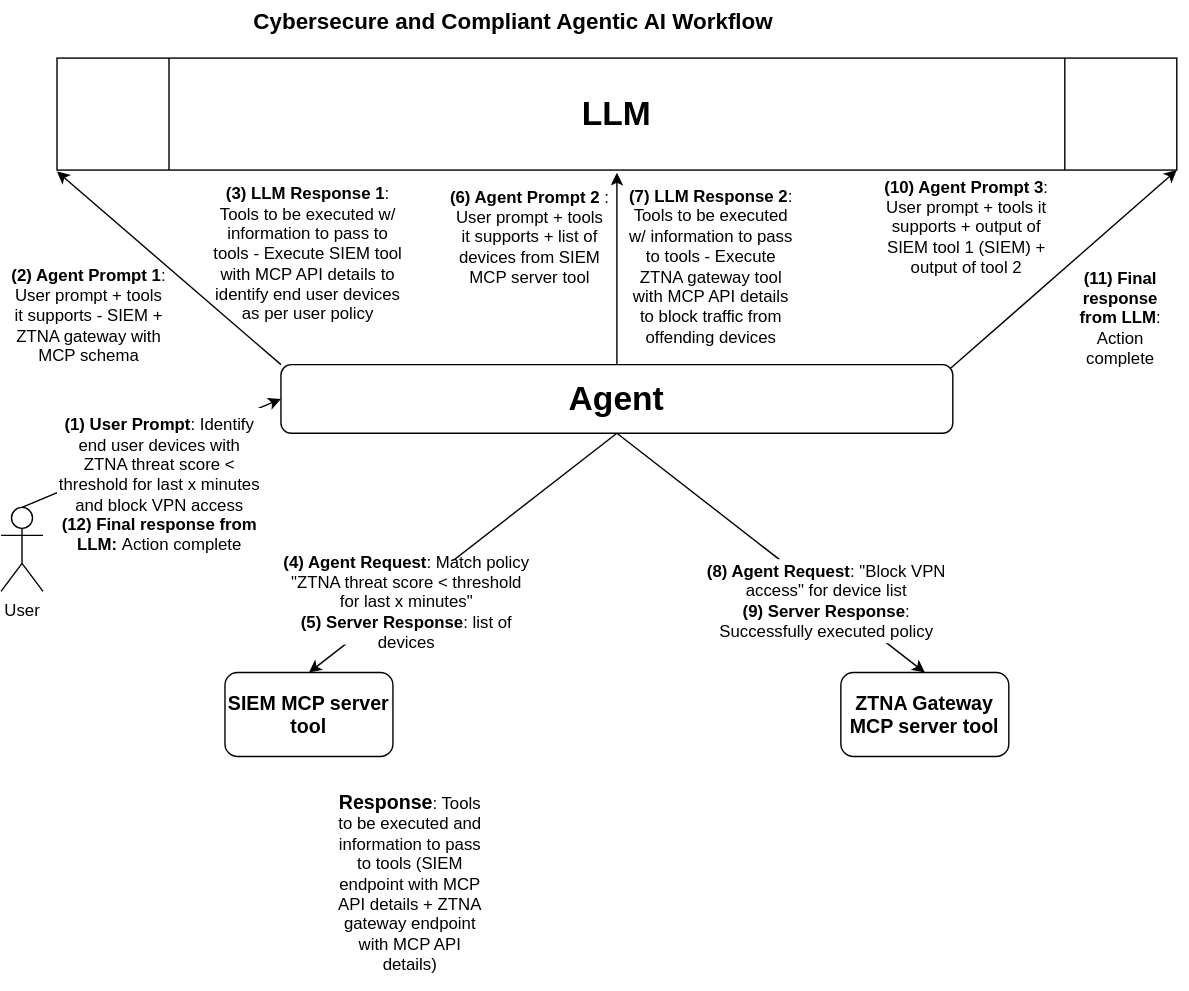
The draw.io diagram secure-agentic-workflow.svg in nedmsmith/draft-klspa-wimse-verifiable-geo-fence, before a commit. Source tidied: cells renumbered, new cells last; positions are measured from the earlier drawing's top-left corner, leaving out a move shared by most shapes. The source it was exported from:
```xml
<mxGraphModel>
  <root>
    <mxCell id="0" />
    <mxCell id="1" parent="0" />
    <mxCell id="2" value="&lt;b&gt;&lt;font style=&quot;font-size: 24px;&quot;&gt;LLM&lt;/font&gt;&lt;/b&gt;" style="shape=process;whiteSpace=wrap;html=1;backgroundOutline=1;" parent="1" vertex="1">
      <mxGeometry x="40" y="41" width="800" height="80" as="geometry" />
    </mxCell>
    <mxCell id="3" style="endArrow=classic;html=1;rounded=0;exitX=0;exitY=0;exitDx=0;exitDy=0;" parent="1" edge="1" source="16">
      <mxGeometry relative="1" as="geometry">
        <mxPoint x="40" y="122" as="targetPoint" />
      </mxGeometry>
    </mxCell>
    <mxCell id="4" value="&lt;b&gt;&lt;font style=&quot;font-size: 16px;&quot;&gt;Cybersecure and Compliant Agentic AI Workflow&amp;nbsp;&lt;/font&gt;&lt;/b&gt;" style="text;html=1;align=center;verticalAlign=middle;strokeColor=none;fillColor=none;" parent="1" vertex="1">
      <mxGeometry x="168" width="400" height="30" as="geometry" />
    </mxCell>
    <mxCell id="5" value="&lt;p&gt;&lt;b&gt;&lt;font style=&quot;font-size: 12px;&quot;&gt;(3) LLM Response 1&lt;/font&gt;&lt;/b&gt;: Tools to be executed w/ information to pass to tools - Execute SIEM tool with MCP API details to identify end user devices as per user policy&lt;/p&gt;" style="text;html=1;align=center;verticalAlign=middle;whiteSpace=wrap;rounded=0;" parent="1" vertex="1">
      <mxGeometry x="149" y="121" width="141" height="120" as="geometry" />
    </mxCell>
    <mxCell id="6" style="endArrow=classic;html=1;rounded=0;entryX=0.5;entryY=0;entryDx=0;entryDy=0;exitX=0.5;exitY=1;exitDx=0;exitDy=0;" parent="1" edge="1" source="16" target="7">
      <mxGeometry relative="1" as="geometry" />
    </mxCell>
    <mxCell id="7" value="&lt;b&gt;&lt;font style=&quot;font-size: 14px;&quot;&gt;SIEM MCP server tool&lt;/font&gt;&lt;/b&gt;" style="rounded=1;whiteSpace=wrap;html=1;" parent="1" vertex="1">
      <mxGeometry x="160" y="480" width="120" height="60" as="geometry" />
    </mxCell>
    <mxCell id="8" value="&lt;b&gt;&lt;font style=&quot;font-size: 14px;&quot;&gt;ZTNA Gateway MCP server tool&lt;/font&gt;&lt;/b&gt;" style="rounded=1;whiteSpace=wrap;html=1;" parent="1" vertex="1">
      <mxGeometry x="600" y="480" width="120" height="60" as="geometry" />
    </mxCell>
    <mxCell id="9" style="endArrow=classic;html=1;rounded=0;entryX=0.5;entryY=0;entryDx=0;entryDy=0;exitX=0.5;exitY=1;exitDx=0;exitDy=0;" parent="1" edge="1" source="16" target="8">
      <mxGeometry relative="1" as="geometry" />
    </mxCell>
    <mxCell id="10" value="&lt;b&gt;(4) Agent Request&lt;/b&gt;: Match policy &quot;ZTNA threat score &amp;lt; threshold for last x minutes&quot;&lt;div&gt;&lt;b&gt;(5) Server Response&lt;/b&gt;: list of devices&lt;/div&gt;" style="text;html=1;align=center;verticalAlign=middle;whiteSpace=wrap;rounded=0;fillColor=default;" parent="1" vertex="1">
      <mxGeometry x="200" y="400" width="180" height="60" as="geometry" />
    </mxCell>
    <mxCell id="11" value="&lt;b&gt;(8) Agent Request&lt;/b&gt;: &quot;Block VPN access&quot; for device list&lt;div&gt;&lt;b&gt;(9) Server Response&lt;/b&gt;: Successfully executed policy&lt;/div&gt;" style="text;html=1;align=center;verticalAlign=middle;whiteSpace=wrap;rounded=0;fillColor=default;" parent="1" vertex="1">
      <mxGeometry x="500" y="399" width="180" height="60" as="geometry" />
    </mxCell>
    <mxCell id="12" value="User" style="shape=umlActor;verticalLabelPosition=bottom;verticalAlign=top;html=1;outlineConnect=0;" parent="1" vertex="1">
      <mxGeometry y="362" width="30" height="60" as="geometry" />
    </mxCell>
    <mxCell id="13" style="endArrow=classic;html=1;rounded=0;entryX=0;entryY=0.5;entryDx=0;entryDy=0;exitX=0.5;exitY=0;exitDx=0;exitDy=0;exitPerimeter=0;" parent="1" edge="1" source="12" target="16">
      <mxGeometry relative="1" as="geometry" />
    </mxCell>
    <mxCell id="14" value="&lt;p&gt;&lt;b&gt;&lt;font style=&quot;font-size: 12px;&quot;&gt;(2) Agent Prompt 1&lt;/font&gt;&lt;/b&gt;: User prompt + tools it supports - SIEM + ZTNA gateway with MCP schema&lt;/p&gt;" style="text;html=1;align=center;verticalAlign=middle;whiteSpace=wrap;rounded=0;" parent="1" vertex="1">
      <mxGeometry x="6" y="185" width="114" height="80" as="geometry" />
    </mxCell>
    <mxCell id="15" value="&lt;p&gt;&lt;b&gt;&lt;font style=&quot;font-size: 14px;&quot;&gt;Response&lt;/font&gt;&lt;/b&gt;: Tools to be executed and information to pass to tools (SIEM endpoint with MCP API details + ZTNA gateway endpoint with MCP API details)&lt;/p&gt;" style="text;html=1;align=center;verticalAlign=middle;whiteSpace=wrap;rounded=0;" parent="1" vertex="1">
      <mxGeometry x="240" y="590" width="105" height="80" as="geometry" />
    </mxCell>
    <mxCell id="16" value="&lt;b&gt;&lt;font style=&quot;font-size: 24px;&quot;&gt;Agent&lt;/font&gt;&lt;/b&gt;" style="rounded=1;whiteSpace=wrap;html=1;" parent="1" vertex="1">
      <mxGeometry x="200" y="260" width="480" height="49" as="geometry" />
    </mxCell>
    <mxCell id="17" style="endArrow=classic;html=1;rounded=0;exitX=0.5;exitY=0;exitDx=0;exitDy=0;" parent="1" edge="1" source="16">
      <mxGeometry relative="1" as="geometry">
        <mxPoint x="440" y="123" as="targetPoint" />
      </mxGeometry>
    </mxCell>
    <mxCell id="18" value="&lt;div&gt;&lt;b&gt;(6) Agent Prompt 2&lt;/b&gt; : User prompt + tools it supports + list of devices from SIEM MCP server tool&lt;/div&gt;" style="text;html=1;align=center;verticalAlign=middle;whiteSpace=wrap;rounded=0;fillColor=default;" parent="1" vertex="1">
      <mxGeometry x="320" y="128.5" width="116" height="80.5" as="geometry" />
    </mxCell>
    <mxCell id="19" value="&lt;p&gt;&lt;b&gt;&lt;font style=&quot;font-size: 12px;&quot;&gt;(7) LLM Response 2&lt;/font&gt;&lt;/b&gt;: Tools to be executed w/ information to pass to tools - Execute ZTNA gateway tool with MCP API details to block traffic from offending devices&lt;/p&gt;" style="text;html=1;align=center;verticalAlign=middle;whiteSpace=wrap;rounded=0;" parent="1" vertex="1">
      <mxGeometry x="445" y="129" width="125" height="121" as="geometry" />
    </mxCell>
    <mxCell id="20" style="endArrow=classic;html=1;rounded=0;entryX=1;entryY=1;entryDx=0;entryDy=0;exitX=0.313;exitY=0.008;exitDx=0;exitDy=0;exitPerimeter=0;" parent="1" edge="1" target="2">
      <mxGeometry relative="1" as="geometry">
        <mxPoint x="678" y="263" as="sourcePoint" />
      </mxGeometry>
    </mxCell>
    <mxCell id="21" value="&lt;div&gt;&lt;b&gt;(10) Agent Prompt 3&lt;/b&gt;: User prompt + tools it supports + output of SIEM tool 1 (SIEM) + output of tool 2&lt;/div&gt;" style="text;html=1;align=center;verticalAlign=middle;whiteSpace=wrap;rounded=0;fillColor=none;" parent="1" vertex="1">
      <mxGeometry x="620" y="122" width="140" height="80" as="geometry" />
    </mxCell>
    <mxCell id="22" value="&lt;b&gt;(11) Final response from LLM&lt;/b&gt;: Action complete" style="text;html=1;align=center;verticalAlign=middle;whiteSpace=wrap;rounded=0;fillColor=default;" parent="1" vertex="1">
      <mxGeometry x="760" y="204.5" width="80" height="45.5" as="geometry" />
    </mxCell>
    <mxCell id="23" value="&lt;p&gt;&lt;b&gt;&lt;font style=&quot;font-size: 12px;&quot;&gt;(1) User Prompt&lt;/font&gt;&lt;/b&gt;: Identify end user devices with ZTNA threat score &amp;lt; threshold for last x minutes and block VPN access&lt;br&gt;&lt;b&gt;(12) Final response from LLM: &lt;/b&gt;Action complete&lt;/p&gt;" style="text;html=1;align=center;verticalAlign=middle;whiteSpace=wrap;rounded=0;fillColor=default;" parent="1" vertex="1">
      <mxGeometry x="40" y="291" width="147" height="110" as="geometry" />
    </mxCell>
  </root>
</mxGraphModel>
```
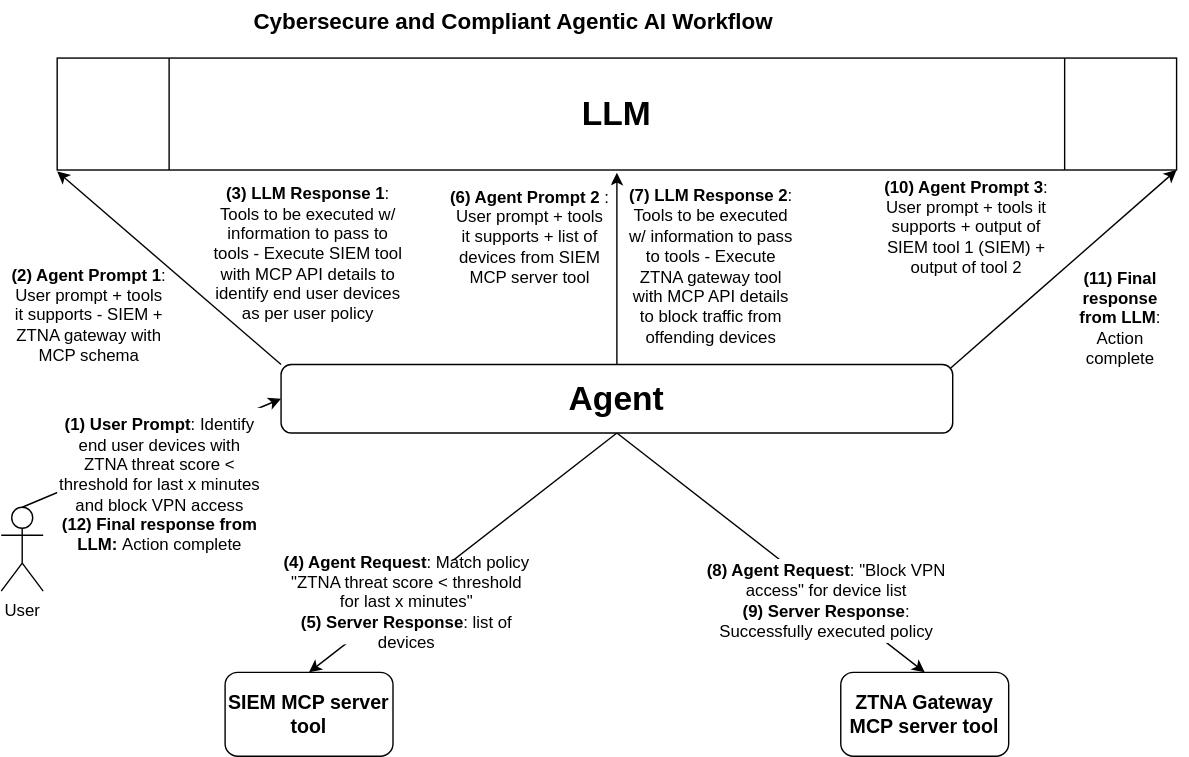
After the change.

What changed in the source:
```diff
@@ -43,9 +43,6 @@
     <mxCell id="14" value="&lt;p&gt;&lt;b&gt;&lt;font style=&quot;font-size: 12px;&quot;&gt;(2) Agent Prompt 1&lt;/font&gt;&lt;/b&gt;: User prompt + tools it supports - SIEM + ZTNA gateway with MCP schema&lt;/p&gt;" style="text;html=1;align=center;verticalAlign=middle;whiteSpace=wrap;rounded=0;" parent="1" vertex="1">
       <mxGeometry x="6" y="185" width="114" height="80" as="geometry" />
     </mxCell>
-    <mxCell id="15" value="&lt;p&gt;&lt;b&gt;&lt;font style=&quot;font-size: 14px;&quot;&gt;Response&lt;/font&gt;&lt;/b&gt;: Tools to be executed and information to pass to tools (SIEM endpoint with MCP API details + ZTNA gateway endpoint with MCP API details)&lt;/p&gt;" style="text;html=1;align=center;verticalAlign=middle;whiteSpace=wrap;rounded=0;" parent="1" vertex="1">
-      <mxGeometry x="240" y="590" width="105" height="80" as="geometry" />
-    </mxCell>
     <mxCell id="16" value="&lt;b&gt;&lt;font style=&quot;font-size: 24px;&quot;&gt;Agent&lt;/font&gt;&lt;/b&gt;" style="rounded=1;whiteSpace=wrap;html=1;" parent="1" vertex="1">
       <mxGeometry x="200" y="260" width="480" height="49" as="geometry" />
     </mxCell>
```
